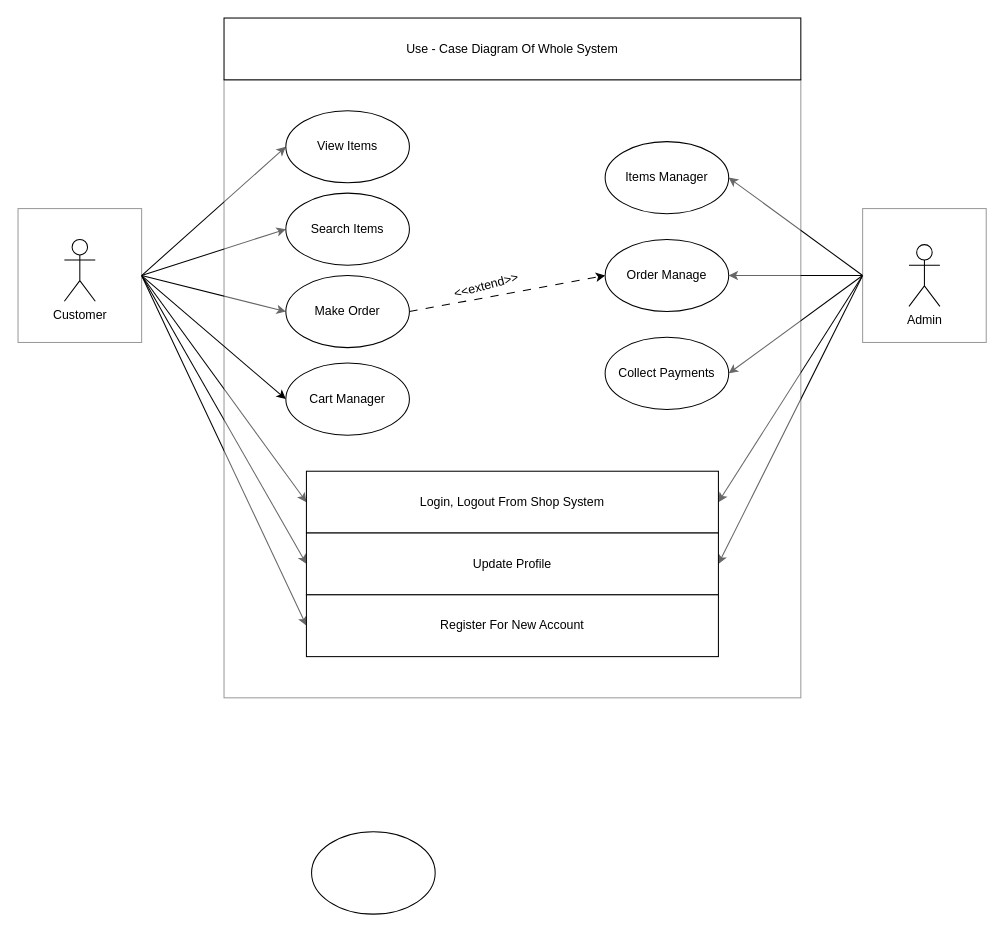
The draw.io diagram UC-DIAGRAM/UC Diagram.drawio in hathongthuong2k3/-n-CNPM, before the edit. Source tidied: cells renumbered, new cells numbered last; positions are measured from the earlier drawing's top-left corner, leaving out a move shared by most shapes. Both pictures are drawn from the tidied source at 103%, with x=0, y=0 at pixel (18, 18).
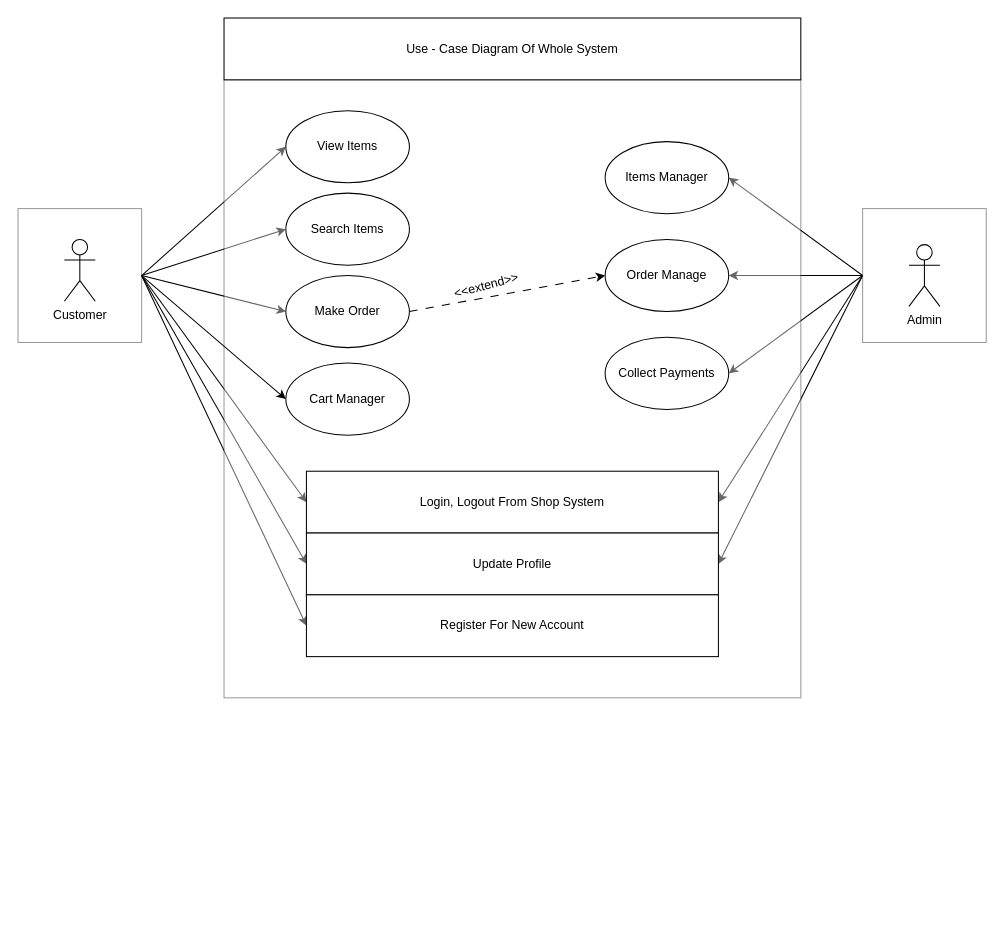
Above is the later version.

Commit message:
Cập nhật UC Diagram.drawio

Change to the diagram source:
```diff
@@
-    <mxCell id="32" style="ellipse;whiteSpace=wrap;html=1;" parent="1" vertex="1">
-      <mxGeometry x="285" y="790" width="120" height="80" as="geometry" />
-    </mxCell>
```
